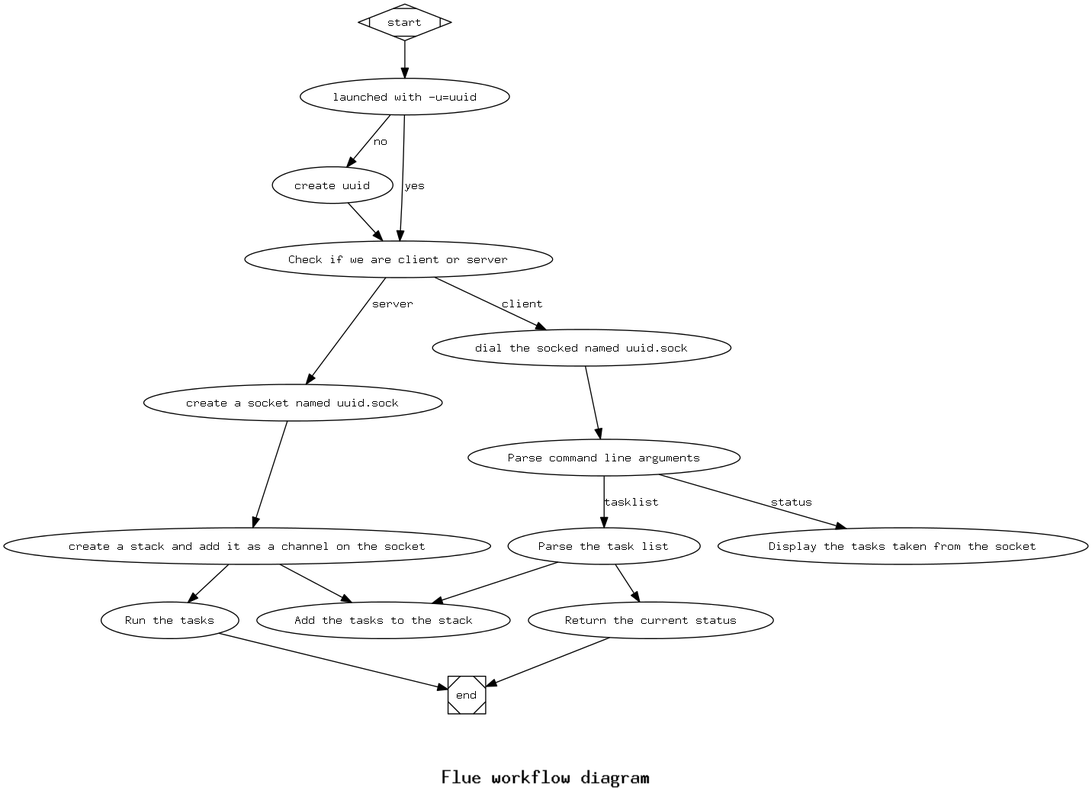
alexhe/gautomator keeps this Graphviz diagram as Documentation/workflow.png. Above is the earlier version. Its source is kept beside it as Documentation/workflow.dot. The source it was exported from:
```dot
digraph flue {

    start -> "launched with -u=uuid";
    "launched with -u=uuid" -> "create uuid" [label="no"];
    "create uuid" -> "Check if we are client or server";
    "launched with -u=uuid" -> "Check if we are client or server" [label="yes"];

    "Check if we are client or server" -> "create a socket named uuid.sock" [label="server"];
    "Check if we are client or server" -> "dial the socked named uuid.sock" [label="client"];

    "create a socket named uuid.sock" -> "create a stack and add it as a channel on the socket";
    "create a stack and add it as a channel on the socket" -> "Add the tasks to the stack";
    "dial the socked named uuid.sock" -> "Parse command line arguments" ;
    "Parse command line arguments"  -> "Display the tasks taken from the socket" [label="status"];
    "Parse command line arguments"  -> "Parse the task list" [label="tasklist"];
    "Parse the task list"  -> "Add the tasks to the stack";
    "Parse the task list"  -> "Return the current status" ;
    "create a stack and add it as a channel on the socket" -> "Run the tasks";
    "Run the tasks" -> end;
    "Return the current status" -> end;

    node [shape=diamond,style=filled,color=lightgrey]; "Check if we are client or server"; "launched with -u=uuid";
    start [shape=Mdiamond];
    end [shape=Msquare];
    label = "\n\nFlue workflow diagram";
    fontsize=20;

}
```
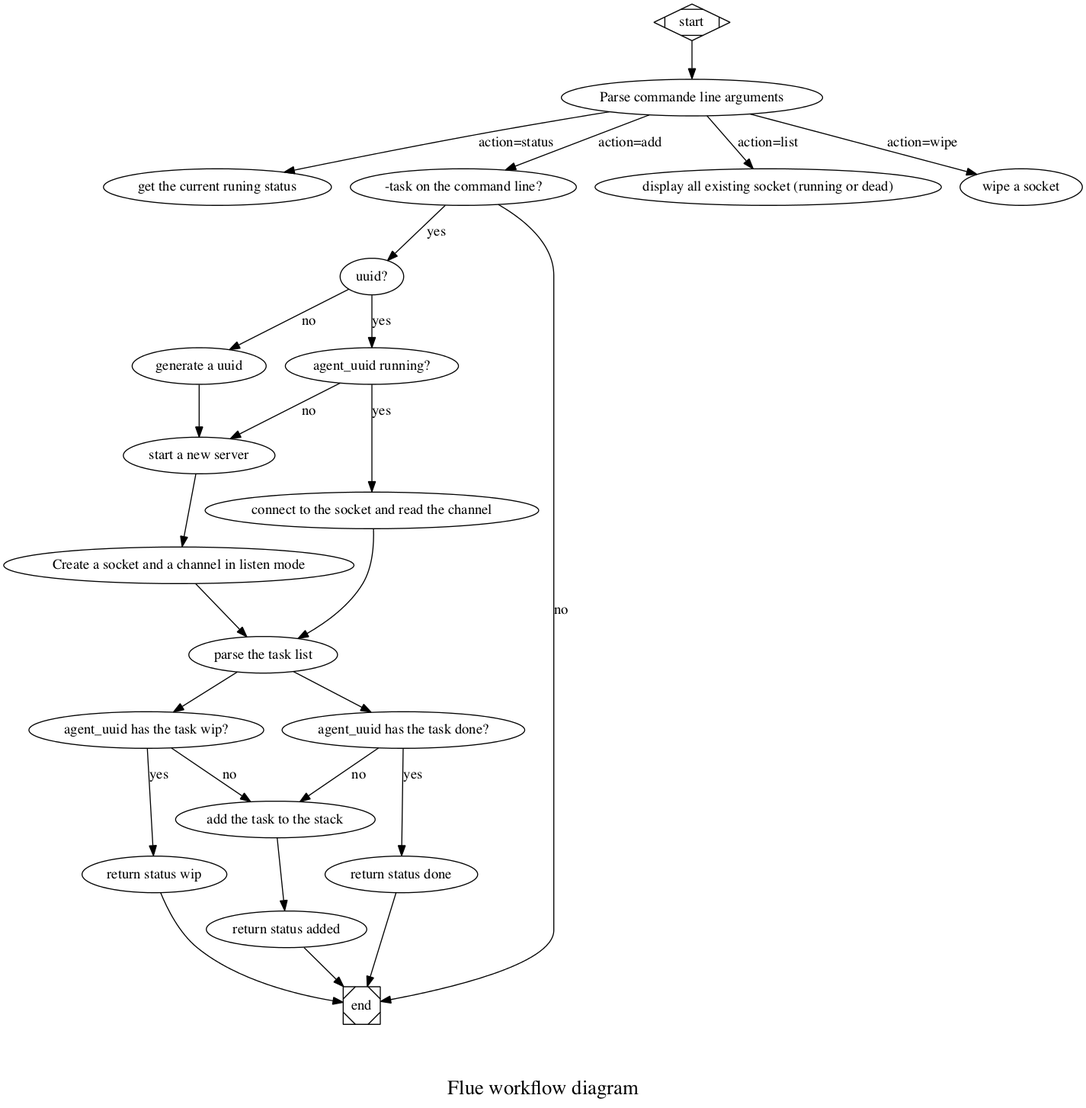
The same file after the commit.

Commit message:
Action add seems complete

Diff of the diagram source:
```diff
@@ -1,28 +1,63 @@
 digraph flue {
 
-    start -> "launched with -u=uuid";
-    "launched with -u=uuid" -> "create uuid" [label="no"];
-    "create uuid" -> "Check if we are client or server";
-    "launched with -u=uuid" -> "Check if we are client or server" [label="yes"];
+	start -> "Parse commande line arguments";
+        /* status */
+	"Parse commande line arguments" -> "get the current runing status" [label="action=status"];
+        /* add */
+	"Parse commande line arguments" -> "-task on the command line?" [label="action=add"];
+	"-task on the command line?" -> "uuid?" [label="yes"];
+	"-task on the command line?" -> "end" [label="no"];
+	"uuid?" -> "agent_uuid running?" [label="yes"]; // We have passed a uuid on the CLI
+	"uuid?" -> "generate a uuid" [label="no"]; // no uuid on the CLI
+	"generate a uuid" -> "start a new server"; // no uuid on the CLI
+	"agent_uuid running?" -> "connect to the socket and read the channel" [label="yes"];
+	"agent_uuid running?" -> "start a new server" [label="no"];
+	"connect to the socket and read the channel" -> "parse the task list";
+	"parse the task list" -> "agent_uuid has the task done?";
+	"parse the task list" -> "agent_uuid has the task wip?";
+	"agent_uuid has the task done?" -> "return status done" [label="yes"];
+	"agent_uuid has the task wip?" -> "return status wip" [label="yes"];
+	"agent_uuid has the task done?" -> "add the task to the stack" [label="no"];
+	"agent_uuid has the task wip?" -> "add the task to the stack" [label="no"];
+	"add the task to the stack" -> "return status added";
+	"return status added" -> end;
+	"return status done" -> end;
+	"return status wip" -> end;
 
-    "Check if we are client or server" -> "create a socket named uuid.sock" [label="server"];
-    "Check if we are client or server" -> "dial the socked named uuid.sock" [label="client"];
+/* Start a new agent */
+	"start a new server" -> "Create a socket and a channel in listen mode";
+	"Create a socket and a channel in listen mode" -> "parse the task list";
 
-    "create a socket named uuid.sock" -> "create a stack and add it as a channel on the socket";
-    "create a stack and add it as a channel on the socket" -> "Add the tasks to the stack";
-    "dial the socked named uuid.sock" -> "Parse command line arguments" ;
-    "Parse command line arguments"  -> "Display the tasks taken from the socket" [label="status"];
-    "Parse command line arguments"  -> "Parse the task list" [label="tasklist"];
-    "Parse the task list"  -> "Add the tasks to the stack";
-    "Parse the task list"  -> "Return the current status" ;
-    "create a stack and add it as a channel on the socket" -> "Run the tasks";
-    "Run the tasks" -> end;
-    "Return the current status" -> end;
+        /* list */
+	"Parse commande line arguments" -> "display all existing socket (running or dead)" [label="action=list"];
 
-    node [shape=diamond,style=filled,color=lightgrey]; "Check if we are client or server"; "launched with -u=uuid";
-    start [shape=Mdiamond];
-    end [shape=Msquare];
-    label = "\n\nFlue workflow diagram";
-    fontsize=20;
+        /* wipe */
+	"Parse commande line arguments" -> "wipe a socket" [label="action=wipe"];
+/*
+	start -> "launched with -u=uuid";
+	"launched with -u=uuid" -> "create uuid" [label="no"];
+	"create uuid" -> "Check if we are client or server";
+	"launched with -u=uuid" -> "Check if we are client or server" [label="yes"];
+
+	"Check if we are client or server" -> "create a socket named uuid.sock" [label="server"];
+	"Check if we are client or server" -> "dial the socked named uuid.sock" [label="client"];
+
+	"create a socket named uuid.sock" -> "create a stack and add it as a channel on the socket";
+	"create a stack and add it as a channel on the socket" -> "Add the tasks to the stack";
+	"dial the socked named uuid.sock" -> "Parse command line arguments" ;
+	"Parse command line arguments"  -> "Display the tasks taken from the socket" [label="status"];
+	"Parse command line arguments"  -> "Parse the task list" [label="tasklist"];
+	"Parse the task list"  -> "Add the tasks to the stack";
+	"Parse the task list"  -> "Return the current status" ;
+	"create a stack and add it as a channel on the socket" -> "Run the tasks";
+	"Run the tasks" -> end;
+	"Return the current status" -> end;
+
+	node [shape=diamond,style=filled,color=lightgrey]; "Check if we are client or server"; "launched with -u=uuid";
+*/
+	start [shape=Mdiamond];
+	end [shape=Msquare];
+	label = "\n\nFlue workflow diagram";
+	fontsize=20;
 
 }
```
